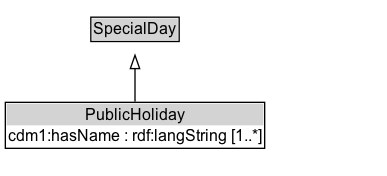
k-vaughn/ontology-its-time keeps this Graphviz diagram as docs/diagrams/PublicHoliday.dot.png. Above is the earlier version. Its source is kept beside it as docs/diagrams/PublicHoliday.dot.
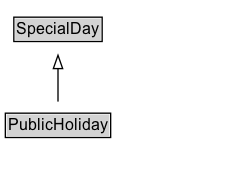
Above is the later version.

Diff of the diagram source:
```diff
@@ -6,7 +6,7 @@
 		rank=source
 		SpecialDay [label=<<TABLE BORDER="1" CELLBORDER="0" CELLSPACING="0" CELLPADDING="1"><TR><TD BGCOLOR="lightgray" ALIGN="CENTER">SpecialDay</TD></TR></TABLE>> URL="../SpecialDay" margin=0]
 	}
-	PublicHoliday [label=<<TABLE BORDER="1" CELLBORDER="0" CELLSPACING="0" CELLPADDING="1"><TR><TD BGCOLOR="lightgray" ALIGN="CENTER">PublicHoliday</TD></TR><TR><TD ALIGN="LEFT">cdm1:hasName : rdf:langString [1..*]</TD></TR></TABLE>> URL="../PublicHoliday" margin=0]
+	PublicHoliday [label=<<TABLE BORDER="1" CELLBORDER="0" CELLSPACING="0" CELLPADDING="1"><TR><TD BGCOLOR="lightgray" ALIGN="CENTER">PublicHoliday</TD></TR></TABLE>> URL="../PublicHoliday" margin=0]
 	{
 		rank=max
 	}
```
